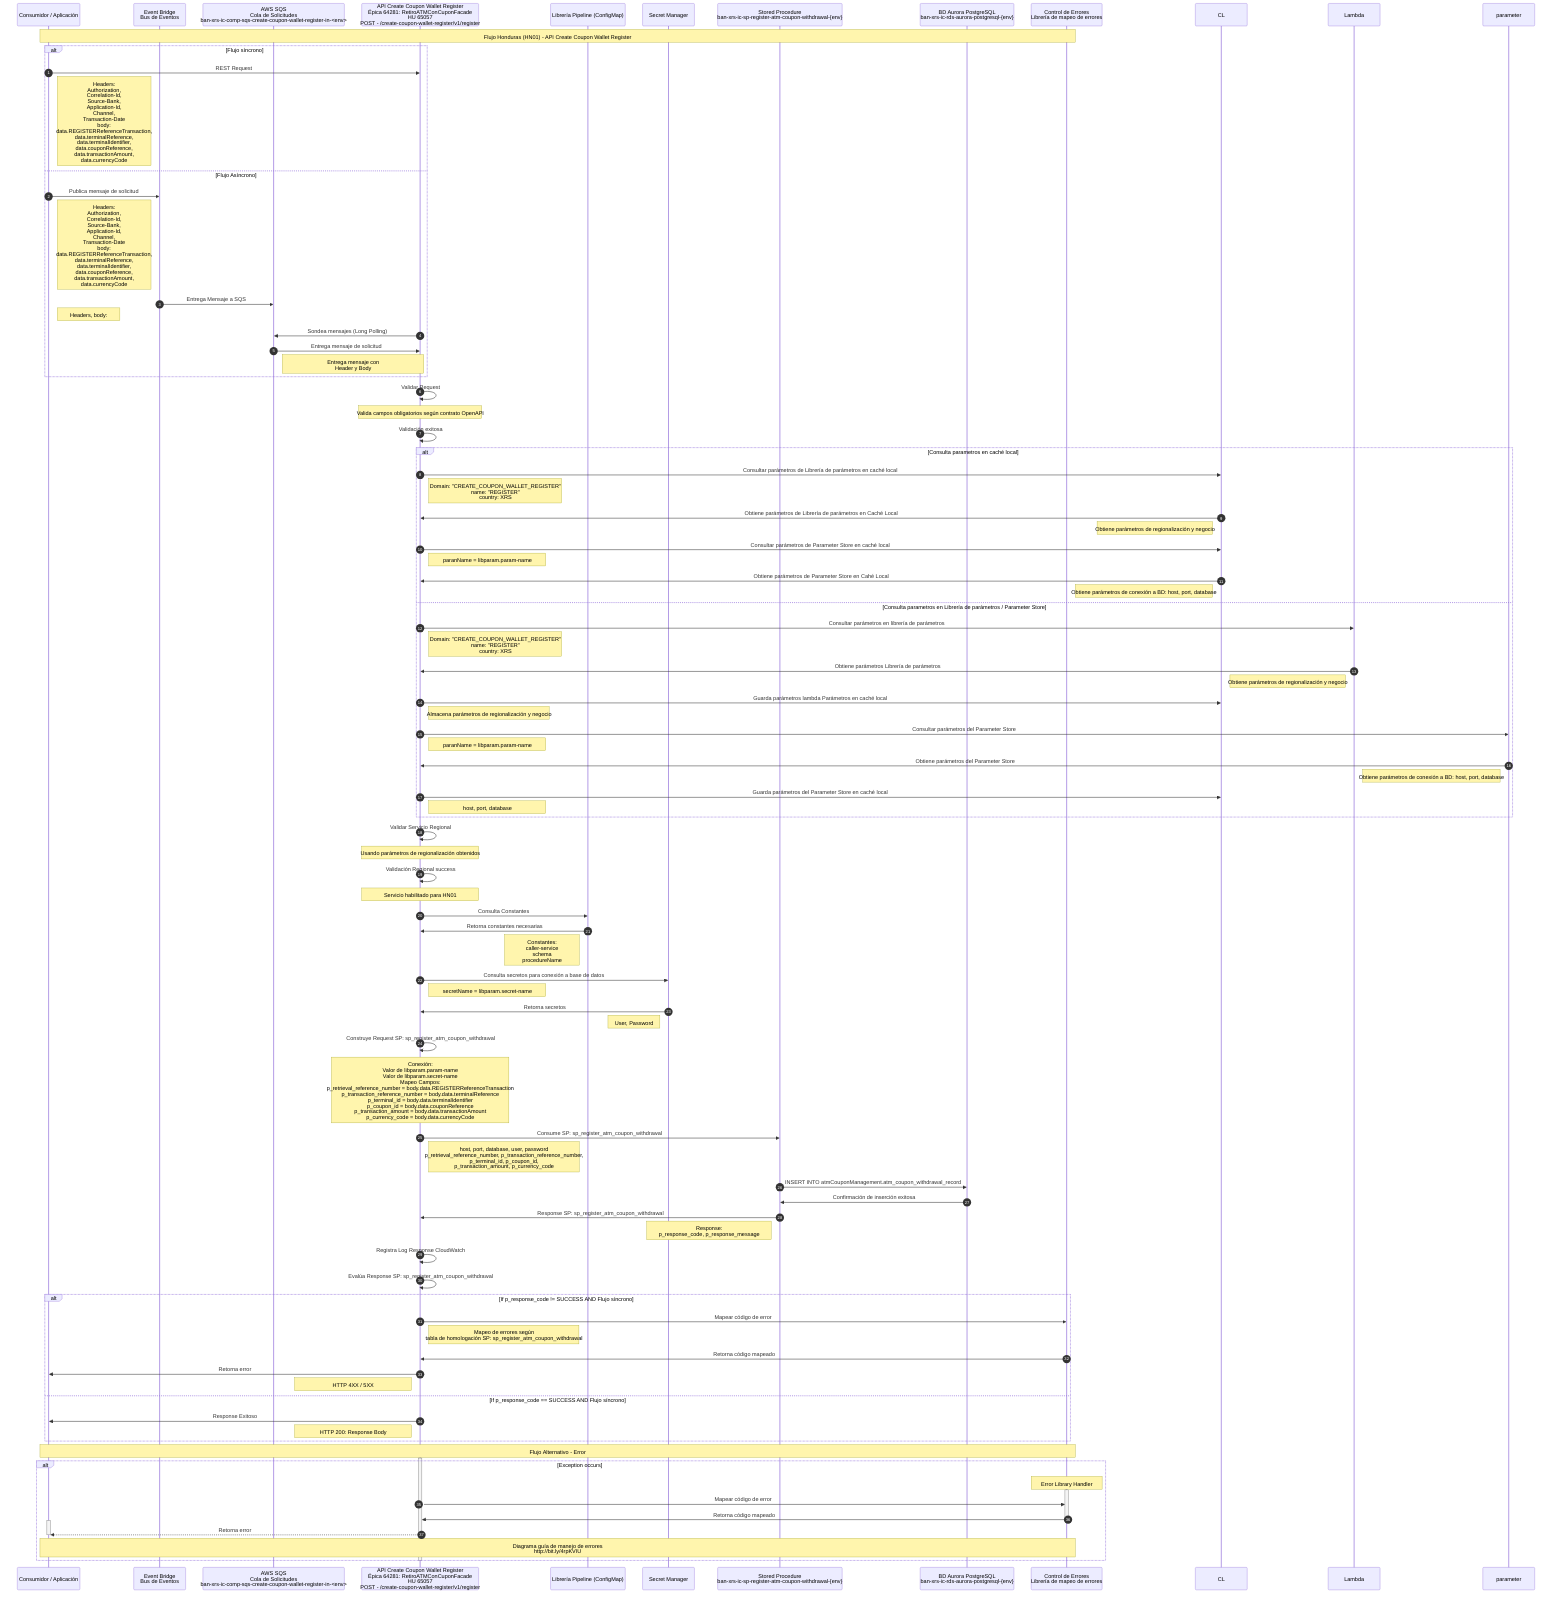
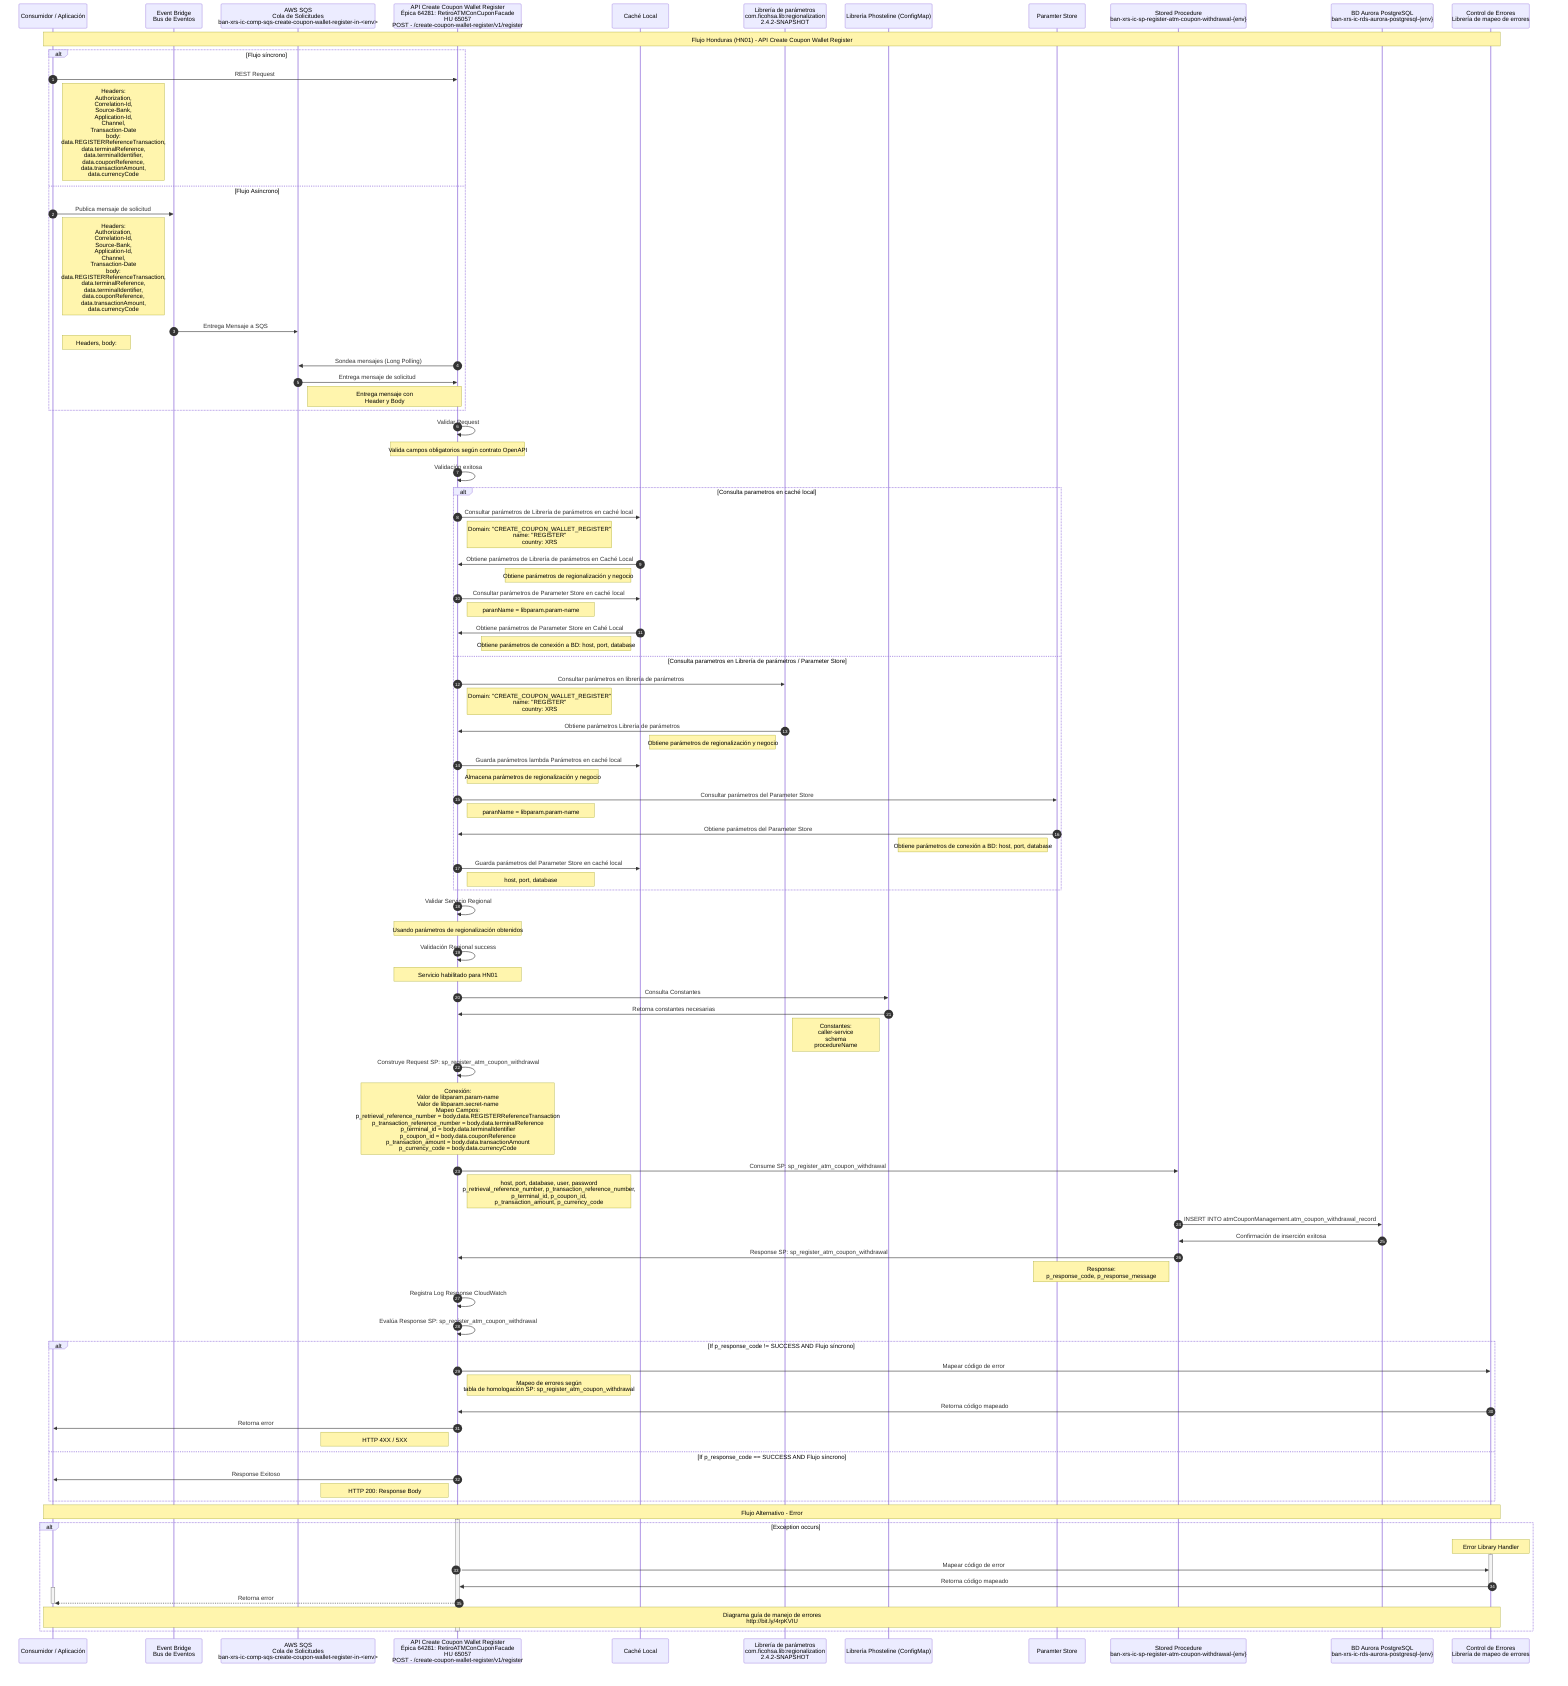
sequenceDiagram
    autonumber
    participant Consumidor as Consumidor / Aplicación
    participant event as Event Bridge <br> Bus de Eventos
    participant sqsRequest as AWS SQS <br> Cola de Solicitudes <br> ban-xrs-ic-comp-sqs-create-coupon-wallet-register-in-<env>
    participant API as API Create Coupon Wallet Register <br> Épica 64281: RetiroATMConCuponFacade <br> HU 65057 <br> POST - /create-coupon-wallet-register/v1/register
-     participant Lib as Librería Pipeline (ConfigMap)
-     participant secret as Secret Manager
+     participant CL as Caché Local
+     participant Lambda as Librería de parámetros <br> com.ficohsa.lib:regionalization <br> 2.4.2-SNAPSHOT
+     participant Lib as Librería Phosteline (ConfigMap)
+     participant parameter as Paramter Store
    participant sp as Stored Procedure <br> ban-xrs-ic-sp-register-atm-coupon-withdrawal-{env}
    participant aurora as BD Aurora PostgreSQL <br> ban-xrs-ic-rds-aurora-postgresql-{env}
    participant Errors as Control de Errores <br> Librería de mapeo de errores

    Note over Consumidor, Errors: Flujo Honduras (HN01) - API Create Coupon Wallet Register

    alt Flujo síncrono

        Consumidor->>API: REST Request
        Note right of Consumidor: Headers: <br> Authorization, <br> Correlation-Id, <br> Source-Bank, <br> Application-Id, <br> Channel, <br> Transaction-Date <br> body: <br> data.REGISTERReferenceTransaction, <br> data.terminalReference, <br> data.terminalIdentifier, <br> data.couponReference, <br> data.transactionAmount, <br> data.currencyCode

    else Flujo Asíncrono

        Consumidor->>event: Publica mensaje de solicitud
        Note right of Consumidor: Headers: <br> Authorization, <br> Correlation-Id, <br> Source-Bank, <br> Application-Id, <br> Channel, <br> Transaction-Date <br> body: <br> data.REGISTERReferenceTransaction, <br> data.terminalReference, <br> data.terminalIdentifier, <br> data.couponReference, <br> data.transactionAmount, <br> data.currencyCode

        event->>sqsRequest: Entrega Mensaje a SQS
        Note right of Consumidor: Headers, body:

        API->>sqsRequest: Sondea mensajes (Long Polling)

        sqsRequest->>API: Entrega mensaje de solicitud
        Note right of sqsRequest: Entrega mensaje con <br> Header y Body

    end

    API->>API: Validar Request
    Note over API: Valida campos obligatorios según contrato OpenAPI

    API->>API: Validación exitosa

    alt Consulta parametros en caché local

        API->>CL: Consultar parámetros de Librería de parámetros en caché local
        Note right of API: Domain: "CREATE_COUPON_WALLET_REGISTER" <br> name: "REGISTER" <br> country: XRS

        CL->>API: Obtiene parámetros de Librería de parámetros en Caché Local
        Note left of CL: Obtiene parámetros de regionalización y negocio

        API->>CL: Consultar parámetros de Parameter Store en caché local
        Note right of API: paranName = libparam.param-name

        CL->>API: Obtiene parámetros de Parameter Store en Cahé Local
        Note left of CL: Obtiene parámetros de conexión a BD: host, port, database

    else Consulta  parametros en Librería de parámetros / Parameter Store

        API->>Lambda: Consultar parámetros en librería de parámetros
        Note right of API: Domain: "CREATE_COUPON_WALLET_REGISTER" <br> name: "REGISTER" <br> country: XRS

        Lambda->>API: Obtiene parámetros Librería de parámetros
        Note left of Lambda: Obtiene parámetros de regionalización y negocio

        API->>CL: Guarda parámetros lambda Parámetros en caché local
        Note right of API: Almacena parámetros de regionalización y negocio

        API->>parameter: Consultar parámetros del Parameter Store
        Note right of API: paranName = libparam.param-name

        parameter->>API: Obtiene parámetros del Parameter Store
        Note left of parameter: Obtiene parámetros de conexión a BD: host, port, database

        API->>CL: Guarda parámetros del Parameter Store en caché local
        Note right of API: host, port, database

    end

    API->>API: Validar Servicio Regional
    Note over API: Usando parámetros de regionalización obtenidos

    API->>API: Validación Regional success
    Note over API: Servicio habilitado para HN01

    API->>Lib: Consulta Constantes

    Lib->>API: Retorna constantes necesarias
    Note left of Lib: Constantes: <br> caller-service <br> schema <br> procedureName

-     API->>secret: Consulta secretos para conexión a base de datos
-     Note right of API: secretName = libparam.secret-name
- 
-     secret->>API: Retorna secretos
-     Note left of secret: User, Password
- 
    API->>API: Construye Request SP: sp_register_atm_coupon_withdrawal
    Note over API: Conexión: <br> Valor de libparam.param-name <br> Valor de libparam.secret-name <br> Mapeo Campos: <br> p_retrieval_reference_number = body.data.REGISTERReferenceTransaction <br> p_transaction_reference_number = body.data.terminalReference <br> p_terminal_id = body.data.terminalIdentifier <br> p_coupon_id = body.data.couponReference <br> p_transaction_amount = body.data.transactionAmount <br> p_currency_code = body.data.currencyCode

    API->>sp: Consume SP: sp_register_atm_coupon_withdrawal
    Note right of API: host, port, database, user, password <br> p_retrieval_reference_number, p_transaction_reference_number, <br> p_terminal_id, p_coupon_id, <br> p_transaction_amount, p_currency_code

    sp->>aurora: INSERT INTO atmCouponManagement.atm_coupon_withdrawal_record
    aurora->>sp: Confirmación de inserción exitosa

    sp->>API: Response SP: sp_register_atm_coupon_withdrawal
    Note left of sp: Response: <br> p_response_code, p_response_message

    API->>API: Registra Log Response CloudWatch

    API->>API: Evalúa Response SP: sp_register_atm_coupon_withdrawal

    alt If p_response_code != SUCCESS AND Flujo síncrono

        API->> Errors: Mapear código de error
        Note right of API: Mapeo de errores según <br> tabla de homologación SP: sp_register_atm_coupon_withdrawal

        Errors ->> API: Retorna código mapeado

        API->> Consumidor: Retorna error
        Note left of API: HTTP 4XX / 5XX

    else If p_response_code == SUCCESS AND Flujo síncrono

        API->>Consumidor: Response Exitoso
        Note left of API: HTTP 200: Response Body

    end

    Note over Consumidor, Errors: Flujo Alternativo - Error
    activate API
    alt Exception occurs
        note over Errors: Error Library Handler
        activate Errors
            API->> Errors: Mapear código de error
            Errors ->> API: Retorna código mapeado
        deactivate Errors
        activate Consumidor
            API-->> Consumidor: Retorna error
        deactivate Consumidor
        Note over Consumidor,Errors: Diagrama guía de manejo de errores <br> http://bit.ly/4rpKVIU
    end
    deactivate API
